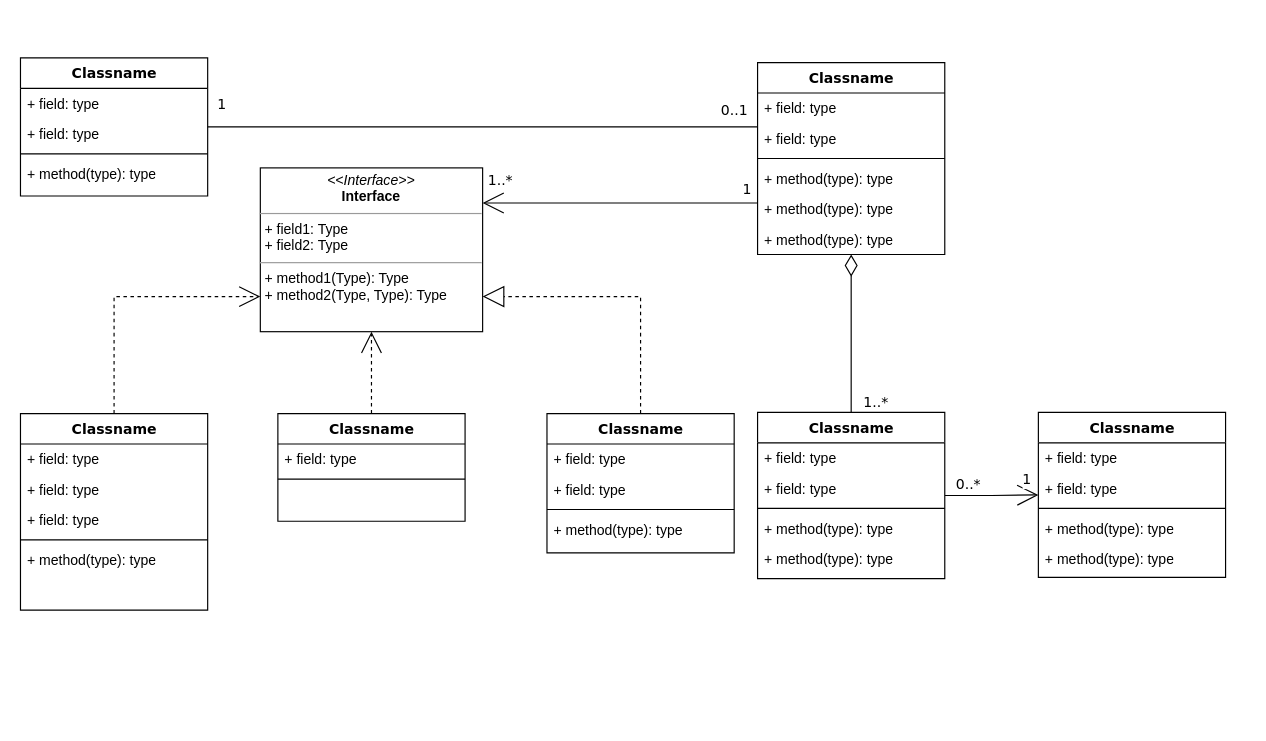
TcsSurya/gitpractice keeps this draw.io diagram as Untitled Diagram.drawio. Above is the earlier version. Source tidied: cells renumbered, new cells numbered last; positions are measured from the earlier drawing's top-left corner, leaving out a move shared by most shapes. Both pictures are drawn from the tidied source at 117%, with x=0, y=0 at pixel (20, 57).
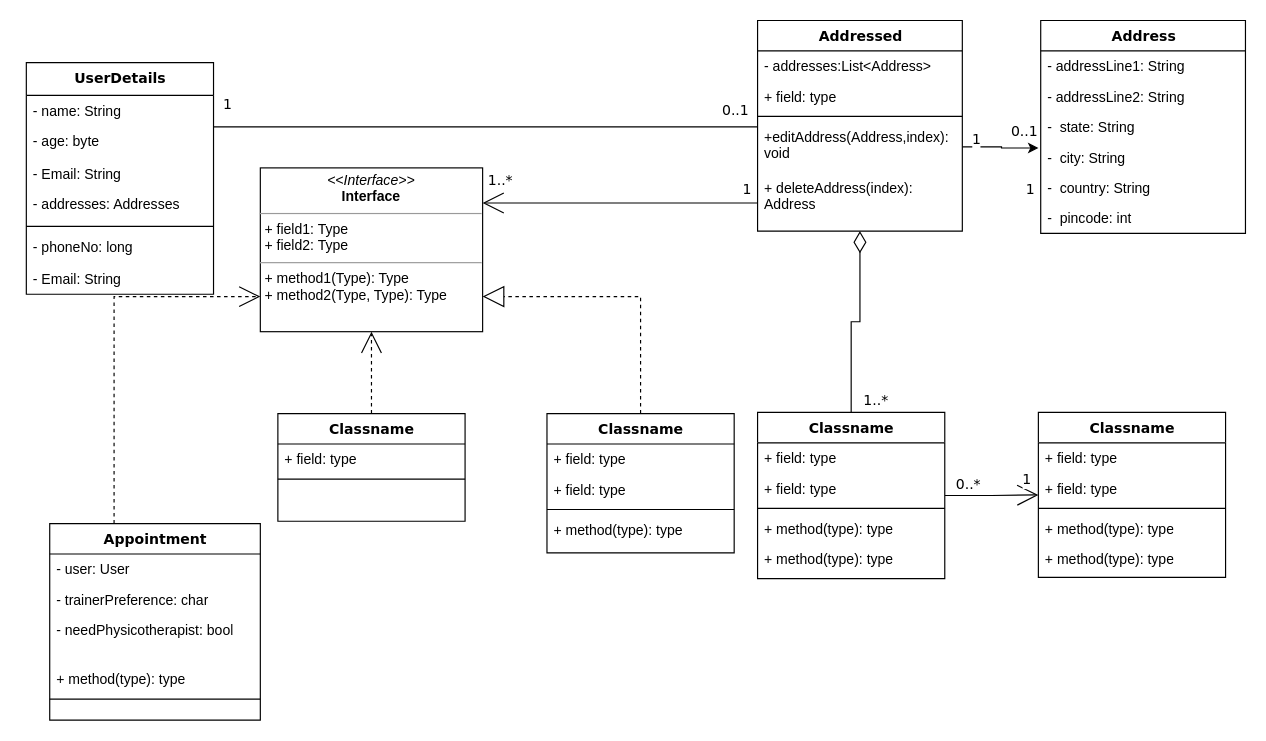
The same page after the edit.

Commit message:
created user and addresses class

Change to the diagram source:
```diff
@@
-    <mxCell id="3" value="Classname" style="swimlane;html=1;fontStyle=1;align=center;verticalAlign=top;horizontal=1;startSize=26;swimlaneFillColor=#ffffff;rounded=0;shadow=0;comic=0;labelBackgroundColor=none;strokeWidth=1;fillColor=none;fontFamily=Verdana;fontSize=12;" parent="1" vertex="1">
-      <mxGeometry y="304" width="160" height="168" as="geometry" />
+    <mxCell id="3" value="Appointment" style="swimlane;html=1;fontStyle=1;align=center;verticalAlign=top;horizontal=1;startSize=26;swimlaneFillColor=#ffffff;rounded=0;shadow=0;comic=0;labelBackgroundColor=none;strokeWidth=1;fillColor=none;fontFamily=Verdana;fontSize=12;" parent="1" vertex="1">
+      <mxGeometry x="25" y="398" width="180" height="168" as="geometry" />
     </mxCell>
-    <mxCell id="4" value="+ field: type" style="text;html=1;strokeColor=none;fillColor=none;align=left;verticalAlign=top;spacingLeft=4;spacingRight=4;whiteSpace=wrap;overflow=hidden;" parent="3" vertex="1">
-      <mxGeometry y="26" width="160" height="26" as="geometry" />
+    <mxCell id="4" value="- user: User" style="text;html=1;strokeColor=none;fillColor=none;align=left;verticalAlign=top;spacingLeft=4;spacingRight=4;whiteSpace=wrap;overflow=hidden;" parent="3" vertex="1">
+      <mxGeometry y="26" width="180" height="26" as="geometry" />
     </mxCell>
-    <mxCell id="5" value="+ field: type" style="text;html=1;strokeColor=none;fillColor=none;align=left;verticalAlign=top;spacingLeft=4;spacingRight=4;whiteSpace=wrap;overflow=hidden;" parent="3" vertex="1">
-      <mxGeometry y="52" width="160" height="26" as="geometry" />
+    <mxCell id="5" value="- trainerPreference: char" style="text;html=1;strokeColor=none;fillColor=none;align=left;verticalAlign=top;spacingLeft=4;spacingRight=4;whiteSpace=wrap;overflow=hidden;" parent="3" vertex="1">
+      <mxGeometry y="52" width="180" height="26" as="geometry" />
     </mxCell>
-    <mxCell id="6" value="+ field: type" style="text;html=1;strokeColor=none;fillColor=none;align=left;verticalAlign=top;spacingLeft=4;spacingRight=4;whiteSpace=wrap;overflow=hidden;" parent="3" vertex="1">
-      <mxGeometry y="78" width="160" height="26" as="geometry" />
+    <mxCell id="6" value="- needPhysicotherapist: bool" style="text;html=1;strokeColor=none;fillColor=none;align=left;verticalAlign=top;spacingLeft=4;spacingRight=4;whiteSpace=wrap;overflow=hidden;" parent="3" vertex="1">
+      <mxGeometry y="78" width="180" height="42" as="geometry" />
     </mxCell>
+    <mxCell id="8" value="+ method(type): type" style="text;html=1;strokeColor=none;fillColor=none;align=left;verticalAlign=top;spacingLeft=4;spacingRight=4;whiteSpace=wrap;overflow=hidden;" parent="3" vertex="1">
+      <mxGeometry y="120" width="180" height="26" as="geometry" />
+    </mxCell>
     <mxCell id="7" style="line;html=1;strokeWidth=1;fillColor=none;align=left;verticalAlign=middle;spacingTop=-1;spacingLeft=3;spacingRight=3;labelPosition=right;" parent="3" vertex="1">
-      <mxGeometry y="104" width="160" height="8" as="geometry" />
+      <mxGeometry y="146" width="180" height="8" as="geometry" />
     </mxCell>
-    <mxCell id="8" value="+ method(type): type" style="text;html=1;strokeColor=none;fillColor=none;align=left;verticalAlign=top;spacingLeft=4;spacingRight=4;whiteSpace=wrap;overflow=hidden;" parent="3" vertex="1">
-      <mxGeometry y="112" width="160" height="26" as="geometry" />
-    </mxCell>
-    <mxCell id="9" value="Classname" style="swimlane;html=1;fontStyle=1;align=center;verticalAlign=top;horizontal=1;startSize=26;swimlaneFillColor=#ffffff;rounded=0;shadow=0;comic=0;labelBackgroundColor=none;strokeWidth=1;fillColor=none;fontFamily=Verdana;fontSize=12;" parent="1" vertex="1">
-      <mxGeometry width="160" height="118" as="geometry" />
+    <mxCell id="9" value="UserDetails" style="swimlane;html=1;fontStyle=1;align=center;verticalAlign=top;horizontal=1;startSize=28;swimlaneFillColor=#ffffff;rounded=0;shadow=0;comic=0;labelBackgroundColor=none;strokeWidth=1;fillColor=none;fontFamily=Verdana;fontSize=12;" parent="1" vertex="1">
+      <mxGeometry x="5" y="4" width="160" height="198" as="geometry" />
     </mxCell>
-    <mxCell id="10" value="+ field: type" style="text;html=1;strokeColor=none;fillColor=none;align=left;verticalAlign=top;spacingLeft=4;spacingRight=4;whiteSpace=wrap;overflow=hidden;" parent="9" vertex="1">
-      <mxGeometry y="26" width="160" height="26" as="geometry" />
+    <mxCell id="10" value="- name: String&lt;br&gt;&lt;br&gt;" style="text;html=1;strokeColor=none;fillColor=none;align=left;verticalAlign=top;spacingLeft=4;spacingRight=4;whiteSpace=wrap;overflow=hidden;" parent="9" vertex="1">
+      <mxGeometry y="28" width="160" height="26" as="geometry" />
     </mxCell>
-    <mxCell id="11" value="+ field: type" style="text;html=1;strokeColor=none;fillColor=none;align=left;verticalAlign=top;spacingLeft=4;spacingRight=4;whiteSpace=wrap;overflow=hidden;" parent="9" vertex="1">
-      <mxGeometry y="52" width="160" height="26" as="geometry" />
+    <mxCell id="11" value="- age: byte&amp;nbsp;" style="text;html=1;strokeColor=none;fillColor=none;align=left;verticalAlign=top;spacingLeft=4;spacingRight=4;whiteSpace=wrap;overflow=hidden;" parent="9" vertex="1">
+      <mxGeometry y="54" width="160" height="28" as="geometry" />
     </mxCell>
+    <mxCell id="13" value="- Email: String" style="text;html=1;strokeColor=none;fillColor=none;align=left;verticalAlign=top;spacingLeft=4;spacingRight=4;whiteSpace=wrap;overflow=hidden;" parent="9" vertex="1">
+      <mxGeometry y="82" width="160" height="26" as="geometry" />
+    </mxCell>
+    <mxCell id="55" value="- addresses: Addresses&amp;nbsp;" style="text;html=1;strokeColor=none;fillColor=none;align=left;verticalAlign=top;spacingLeft=4;spacingRight=4;whiteSpace=wrap;overflow=hidden;" parent="9" vertex="1">
+      <mxGeometry y="108" width="160" height="28" as="geometry" />
+    </mxCell>
     <mxCell id="12" style="line;html=1;strokeWidth=1;fillColor=none;align=left;verticalAlign=middle;spacingTop=-1;spacingLeft=3;spacingRight=3;labelPosition=right;" parent="9" vertex="1">
-      <mxGeometry y="78" width="160" height="8" as="geometry" />
+      <mxGeometry y="136" width="160" height="8" as="geometry" />
     </mxCell>
-    <mxCell id="13" value="+ method(type): type" style="text;html=1;strokeColor=none;fillColor=none;align=left;verticalAlign=top;spacingLeft=4;spacingRight=4;whiteSpace=wrap;overflow=hidden;" parent="9" vertex="1">
-      <mxGeometry y="86" width="160" height="26" as="geometry" />
-    </mxCell>
+    <mxCell id="56" value="- phoneNo: long&amp;nbsp;" style="text;html=1;strokeColor=none;fillColor=none;align=left;verticalAlign=top;spacingLeft=4;spacingRight=4;whiteSpace=wrap;overflow=hidden;" parent="9" vertex="1">
+      <mxGeometry y="144" width="160" height="28" as="geometry" />
+    </mxCell>
+    <mxCell id="57" value="- Email: String" style="text;html=1;strokeColor=none;fillColor=none;align=left;verticalAlign=top;spacingLeft=4;spacingRight=4;whiteSpace=wrap;overflow=hidden;" parent="9" vertex="1">
+      <mxGeometry y="172" width="160" height="26" as="geometry" />
+    </mxCell>
@@
-    <mxCell id="20" value="Classname" style="swimlane;html=1;fontStyle=1;align=center;verticalAlign=top;horizontal=1;startSize=26;swimlaneFillColor=#ffffff;rounded=0;shadow=0;comic=0;labelBackgroundColor=none;strokeWidth=1;fillColor=none;fontFamily=Verdana;fontSize=12;" parent="1" vertex="1">
-      <mxGeometry x="630" y="4" width="160" height="164" as="geometry" />
+    <mxCell id="20" value="Addressed" style="swimlane;html=1;fontStyle=1;align=center;verticalAlign=top;horizontal=1;startSize=26;swimlaneFillColor=#ffffff;rounded=0;shadow=0;comic=0;labelBackgroundColor=none;strokeWidth=1;fillColor=none;fontFamily=Verdana;fontSize=12;" parent="1" vertex="1">
+      <mxGeometry x="630" y="-32" width="175" height="180" as="geometry" />
     </mxCell>
-    <mxCell id="21" value="+ field: type" style="text;html=1;strokeColor=none;fillColor=none;align=left;verticalAlign=top;spacingLeft=4;spacingRight=4;whiteSpace=wrap;overflow=hidden;" parent="20" vertex="1">
-      <mxGeometry y="26" width="160" height="26" as="geometry" />
+    <mxCell id="21" value="- addresses:List&amp;lt;Address&amp;gt;&amp;nbsp;" style="text;html=1;strokeColor=none;fillColor=none;align=left;verticalAlign=top;spacingLeft=4;spacingRight=4;whiteSpace=wrap;overflow=hidden;" parent="20" vertex="1">
+      <mxGeometry y="26" width="175" height="26" as="geometry" />
     </mxCell>
     <mxCell id="22" value="+ field: type" style="text;html=1;strokeColor=none;fillColor=none;align=left;verticalAlign=top;spacingLeft=4;spacingRight=4;whiteSpace=wrap;overflow=hidden;" parent="20" vertex="1">
-      <mxGeometry y="52" width="160" height="26" as="geometry" />
+      <mxGeometry y="52" width="175" height="26" as="geometry" />
     </mxCell>
     <mxCell id="23" style="line;html=1;strokeWidth=1;fillColor=none;align=left;verticalAlign=middle;spacingTop=-1;spacingLeft=3;spacingRight=3;labelPosition=right;" parent="20" vertex="1">
-      <mxGeometry y="78" width="160" height="8" as="geometry" />
+      <mxGeometry y="78" width="175" height="8" as="geometry" />
     </mxCell>
-    <mxCell id="24" value="+ method(type): type" style="text;html=1;strokeColor=none;fillColor=none;align=left;verticalAlign=top;spacingLeft=4;spacingRight=4;whiteSpace=wrap;overflow=hidden;points=[[0,0.5],[1,0.5]];portConstraint=eastwest;" parent="20" vertex="1">
-      <mxGeometry y="86" width="160" height="26" as="geometry" />
+    <mxCell id="24" value="+editAddress(Address,index): void" style="text;html=1;strokeColor=none;fillColor=none;align=left;verticalAlign=top;spacingLeft=4;spacingRight=4;whiteSpace=wrap;overflow=hidden;points=[[0,0.5],[1,0.5]];portConstraint=eastwest;" parent="20" vertex="1">
+      <mxGeometry y="86" width="175" height="44" as="geometry" />
     </mxCell>
-    <mxCell id="25" value="+ method(type): type" style="text;html=1;strokeColor=none;fillColor=none;align=left;verticalAlign=top;spacingLeft=4;spacingRight=4;whiteSpace=wrap;overflow=hidden;" parent="20" vertex="1">
-      <mxGeometry y="112" width="160" height="26" as="geometry" />
+    <mxCell id="25" value="+ deleteAddress(index): Address" style="text;html=1;strokeColor=none;fillColor=none;align=left;verticalAlign=top;spacingLeft=4;spacingRight=4;whiteSpace=wrap;overflow=hidden;" parent="20" vertex="1">
+      <mxGeometry y="130" width="175" height="38" as="geometry" />
     </mxCell>
-    <mxCell id="26" value="+ method(type): type" style="text;html=1;strokeColor=none;fillColor=none;align=left;verticalAlign=top;spacingLeft=4;spacingRight=4;whiteSpace=wrap;overflow=hidden;" parent="20" vertex="1">
-      <mxGeometry y="138" width="160" height="26" as="geometry" />
-    </mxCell>
@@
+    <mxCell id="58" value="1" style="text;html=1;align=center;verticalAlign=middle;labelBackgroundColor=#ffffff;fontSize=12;fontFamily=Verdana;" parent="1" vertex="1">
+      <mxGeometry x="862" y="112" as="geometry" />
+    </mxCell>
+    <mxCell id="59" value="0..1" style="text;html=1;align=center;verticalAlign=middle;labelBackgroundColor=#ffffff;fontSize=12;fontFamily=Verdana;" parent="1" vertex="1">
+      <mxGeometry x="905" y="58" as="geometry">
+        <mxPoint x="-48" y="4" as="offset" />
+      </mxGeometry>
+    </mxCell>
+    <mxCell id="60" value="Address" style="swimlane;html=1;fontStyle=1;align=center;verticalAlign=top;horizontal=1;startSize=26;swimlaneFillColor=#ffffff;rounded=0;shadow=0;comic=0;labelBackgroundColor=none;strokeWidth=1;fillColor=none;fontFamily=Verdana;fontSize=12;" parent="1" vertex="1">
+      <mxGeometry x="872" y="-32" width="175" height="182" as="geometry" />
+    </mxCell>
+    <mxCell id="61" value="- addressLine1: String&amp;nbsp;" style="text;html=1;strokeColor=none;fillColor=none;align=left;verticalAlign=top;spacingLeft=4;spacingRight=4;whiteSpace=wrap;overflow=hidden;" parent="60" vertex="1">
+      <mxGeometry y="26" width="175" height="26" as="geometry" />
+    </mxCell>
+    <mxCell id="62" value="- addressLine2: String" style="text;html=1;strokeColor=none;fillColor=none;align=left;verticalAlign=top;spacingLeft=4;spacingRight=4;whiteSpace=wrap;overflow=hidden;" parent="60" vertex="1">
+      <mxGeometry y="52" width="175" height="26" as="geometry" />
+    </mxCell>
+    <mxCell id="63" value="-&amp;nbsp; state: String" style="text;html=1;strokeColor=none;fillColor=none;align=left;verticalAlign=top;spacingLeft=4;spacingRight=4;whiteSpace=wrap;overflow=hidden;" parent="60" vertex="1">
+      <mxGeometry y="78" width="175" height="26" as="geometry" />
+    </mxCell>
+    <mxCell id="64" value="-&amp;nbsp; city: String" style="text;html=1;strokeColor=none;fillColor=none;align=left;verticalAlign=top;spacingLeft=4;spacingRight=4;whiteSpace=wrap;overflow=hidden;points=[[0,0.5],[1,0.5]];portConstraint=eastwest;" parent="60" vertex="1">
+      <mxGeometry y="104" width="175" height="26" as="geometry" />
+    </mxCell>
+    <mxCell id="65" value="-&amp;nbsp; country: String" style="text;html=1;strokeColor=none;fillColor=none;align=left;verticalAlign=top;spacingLeft=4;spacingRight=4;whiteSpace=wrap;overflow=hidden;" parent="60" vertex="1">
+      <mxGeometry y="130" width="175" height="26" as="geometry" />
+    </mxCell>
+    <mxCell id="66" value="-&amp;nbsp; pincode: int" style="text;html=1;strokeColor=none;fillColor=none;align=left;verticalAlign=top;spacingLeft=4;spacingRight=4;whiteSpace=wrap;overflow=hidden;" parent="60" vertex="1">
+      <mxGeometry y="156" width="175" height="26" as="geometry" />
+    </mxCell>
+    <mxCell id="67" style="edgeStyle=orthogonalEdgeStyle;rounded=0;jettySize=auto;html=1;exitX=1;exitY=0.5;exitDx=0;exitDy=0;entryX=-0.011;entryY=0.192;entryDx=0;entryDy=0;entryPerimeter=0;" parent="1" edge="1" source="24" target="64">
+      <mxGeometry relative="1" as="geometry" />
+    </mxCell>
+    <mxCell id="68" value="1" style="text;html=1;align=center;verticalAlign=middle;labelBackgroundColor=#ffffff;fontSize=12;fontFamily=Verdana;" parent="1" vertex="1">
+      <mxGeometry x="630" y="122" as="geometry">
+        <mxPoint x="186" y="-53" as="offset" />
+      </mxGeometry>
+    </mxCell>
```
